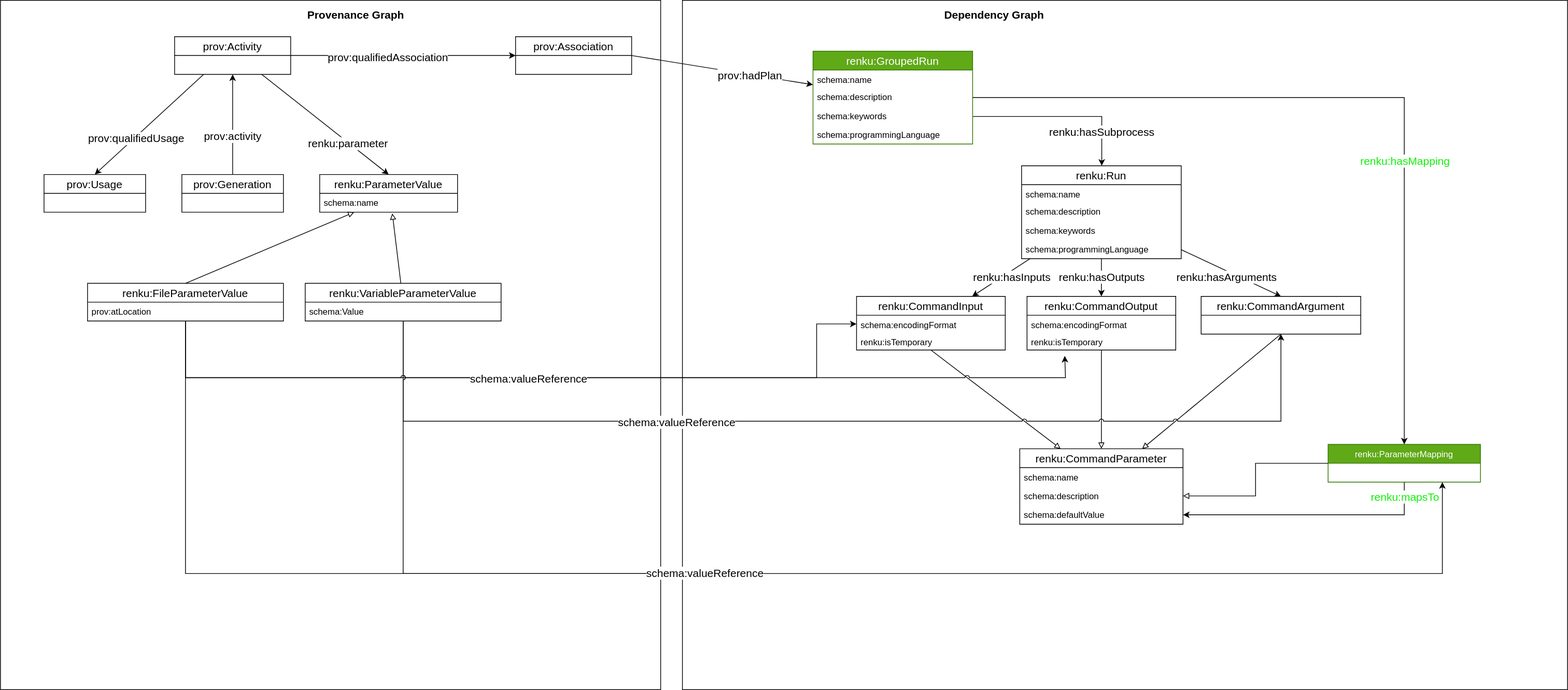
Above: design/001-new-workflow-commands/grouped-run-metadata.svg in SwissDataScienceCenter/renku-python (draw.io), before the change. Source tidied: cells renumbered, new cells last; positions are measured from the earlier drawing's top-left corner, leaving out a move shared by most shapes.
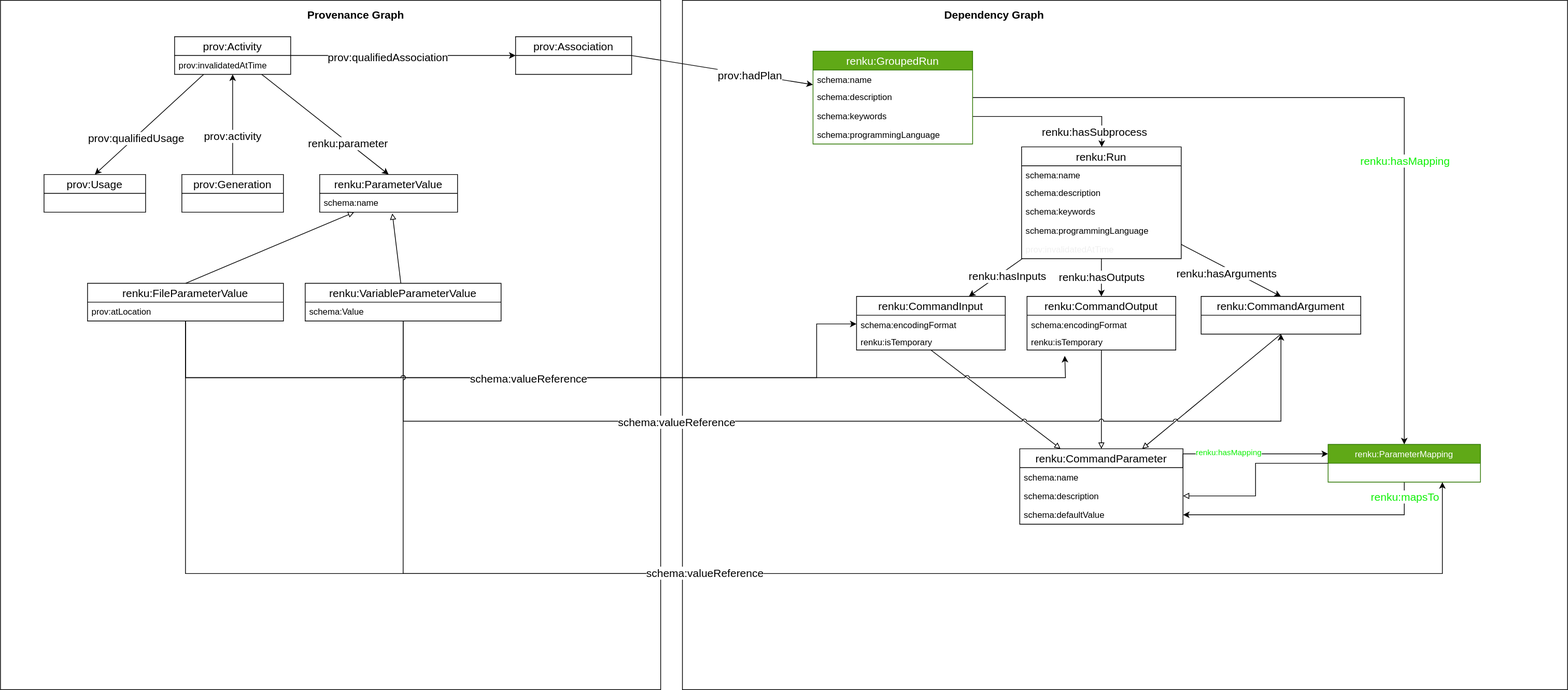
The same file after the commit.

The edit, as a diff of the source:
```diff
@@ -92,7 +92,7 @@
       </mxGeometry>
     </mxCell>
     <mxCell id="28" value="renku:Run" style="swimlane;fontStyle=0;horizontal=1;startSize=26;fillColor=none;fontSize=15;" parent="1" vertex="1">
-      <mxGeometry x="1407.5" y="228" width="220" height="128" as="geometry" />
+      <mxGeometry x="1407.5" y="202" width="220" height="154" as="geometry" />
     </mxCell>
     <mxCell id="29" value="schema:name" style="text;strokeColor=none;fillColor=none;align=left;verticalAlign=top;spacingLeft=4;spacingRight=4;overflow=hidden;" parent="28" vertex="1">
       <mxGeometry y="26" width="220" height="24" as="geometry" />
@@ -106,6 +106,9 @@
     <mxCell id="32" value="schema:programmingLanguage" style="text;strokeColor=none;fillColor=none;align=left;verticalAlign=top;spacingLeft=4;spacingRight=4;overflow=hidden;" parent="28" vertex="1">
       <mxGeometry y="102" width="220" height="26" as="geometry" />
     </mxCell>
+    <mxCell id="74" value="prov:invalidatedAtTime" style="text;align=left;verticalAlign=top;spacingLeft=4;spacingRight=4;overflow=hidden;fontColor=#F0F0F0;" parent="28" vertex="1">
+      <mxGeometry y="128" width="220" height="26" as="geometry" />
+    </mxCell>
     <mxCell id="33" style="endArrow=block;html=1;fontSize=15;exitX=0.5;exitY=0;exitDx=0;exitDy=0;entryX=0.25;entryY=1;entryDx=0;entryDy=0;endFill=0;" parent="1" edge="1" source="14" target="7">
       <mxGeometry relative="1" as="geometry" />
     </mxCell>
@@ -148,6 +151,18 @@
     <mxCell id="46" value="renku:CommandArgument" style="swimlane;fontStyle=0;horizontal=1;startSize=26;fillColor=none;fontSize=15;" parent="1" vertex="1">
       <mxGeometry x="1655" y="408" width="220" height="52" as="geometry" />
     </mxCell>
+    <mxCell id="75" style="edgeStyle=orthogonalEdgeStyle;rounded=0;jettySize=auto;html=1;exitX=1;exitY=0.25;exitDx=0;exitDy=0;entryX=0;entryY=0.25;entryDx=0;entryDy=0;" parent="1" edge="1" source="47" target="70">
+      <mxGeometry relative="1" as="geometry">
+        <Array as="points">
+          <mxPoint x="1630" y="625" />
+        </Array>
+      </mxGeometry>
+    </mxCell>
+    <mxCell id="76" value="renku:hasMapping" style="edgeLabel;html=1;align=center;verticalAlign=middle;fontColor=#0FF007;" parent="75" vertex="1">
+      <mxGeometry x="-0.29" y="-3" relative="1" as="geometry">
+        <mxPoint x="3" y="-6" as="offset" />
+      </mxGeometry>
+    </mxCell>
     <mxCell id="47" value="renku:CommandParameter" style="swimlane;fontStyle=0;horizontal=1;startSize=26;fillColor=none;fontSize=15;" parent="1" vertex="1">
       <mxGeometry x="1405" y="618" width="225" height="104" as="geometry" />
     </mxCell>
@@ -260,5 +275,8 @@
     <mxCell id="73" value="schema:valueReference" style="edgeLabel;html=1;align=center;verticalAlign=middle;fontSize=15;fontColor=#000000;" parent="72" vertex="1">
       <mxGeometry x="-0.04" y="2" relative="1" as="geometry" />
     </mxCell>
+    <mxCell id="77" value="prov:invalidatedAtTime" style="text;align=left;verticalAlign=top;spacingLeft=4;spacingRight=4;overflow=hidden;" parent="1" vertex="1">
+      <mxGeometry x="240" y="76" width="190" height="26" as="geometry" />
+    </mxCell>
   </root>
 </mxGraphModel>
```
